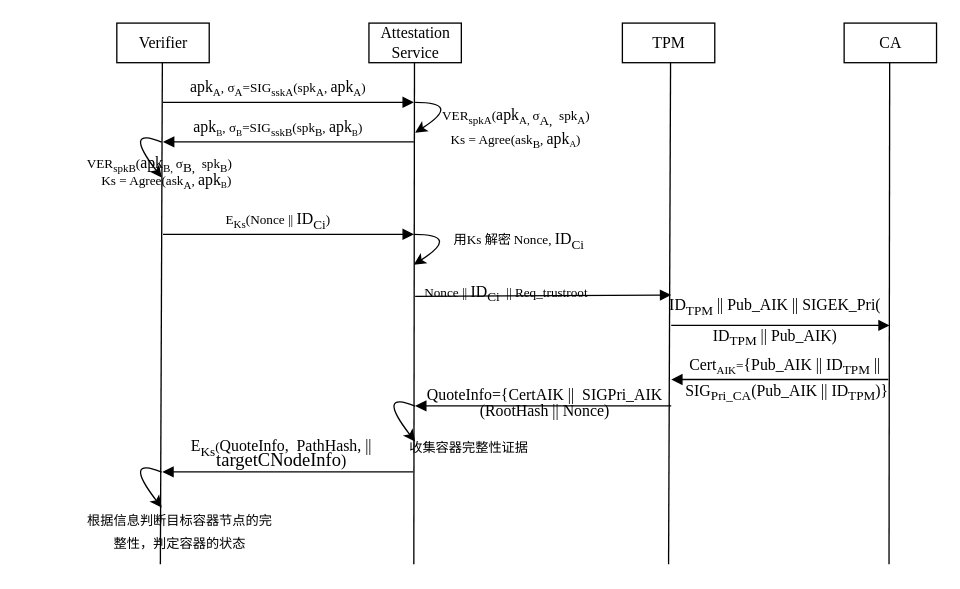
dessertss/Scytale keeps this draw.io diagram as remote attestation Diagram.drawio. Above is the earlier version. Source tidied: cells renumbered, new cells numbered last; positions are measured from the earlier drawing's top-left corner, leaving out a move shared by most shapes. Both pictures are drawn from the tidied source at 132%, with x=0, y=0 at pixel (21, 22).
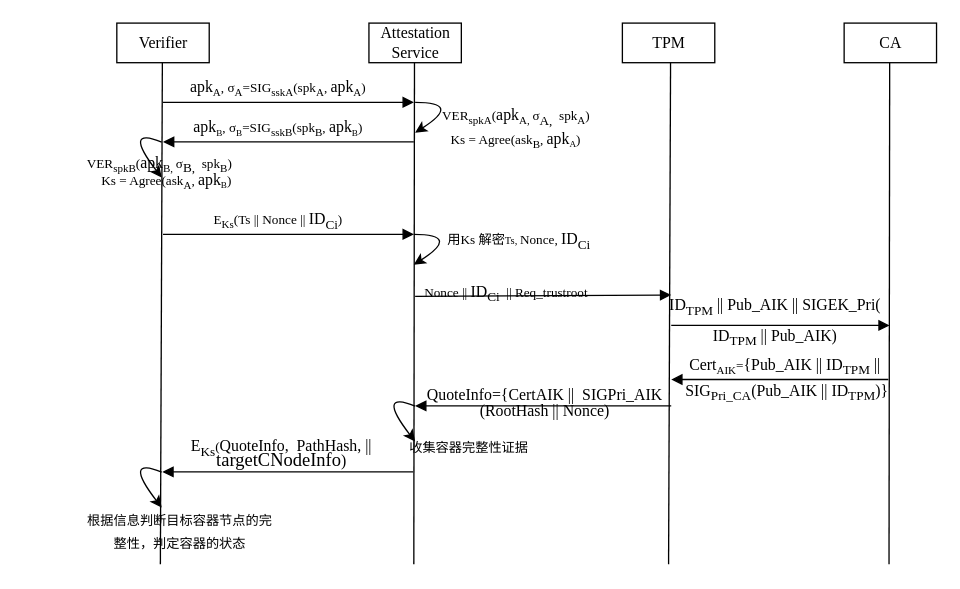
Above is the later version.

The edit, as a diff of the source:
```diff
@@
-    <mxCell id="20" value="&lt;span style=&quot;font-size: 10px&quot;&gt;E&lt;sub&gt;Ks&lt;/sub&gt;(Nonce ||&lt;/span&gt;&lt;span style=&quot;font-size: 10px&quot;&gt;&amp;nbsp;&lt;/span&gt;ID&lt;sub&gt;Ci&lt;/sub&gt;&lt;span style=&quot;font-size: 10px&quot;&gt;)&lt;/span&gt;&lt;sub&gt;&lt;span style=&quot;font-size: 8px&quot;&gt;&amp;nbsp;&amp;nbsp;&lt;/span&gt;&lt;/sub&gt;" style="rounded=0;whiteSpace=wrap;html=1;fontFamily=Times New Roman;fontColor=default;strokeColor=none;fillColor=none;" parent="1" vertex="1">
+    <mxCell id="20" value="&lt;span style=&quot;font-size: 10px&quot;&gt;E&lt;sub&gt;Ks&lt;/sub&gt;(Ts || Nonce ||&lt;/span&gt;&lt;span style=&quot;font-size: 10px&quot;&gt;&amp;nbsp;&lt;/span&gt;ID&lt;sub&gt;Ci&lt;/sub&gt;&lt;span style=&quot;font-size: 10px&quot;&gt;)&lt;/span&gt;&lt;sub&gt;&lt;span style=&quot;font-size: 8px&quot;&gt;&amp;nbsp;&amp;nbsp;&lt;/span&gt;&lt;/sub&gt;" style="rounded=0;whiteSpace=wrap;html=1;fontFamily=Times New Roman;fontColor=default;strokeColor=none;fillColor=none;" parent="1" vertex="1">
       <mxGeometry x="92" y="140" width="209" height="20" as="geometry" />
     </mxCell>
@@
-    <mxCell id="23" value="&lt;span style=&quot;font-size: 10px&quot;&gt;用Ks 解密&lt;/span&gt;&lt;sub&gt;&lt;span style=&quot;font-size: 8px&quot;&gt;&amp;nbsp;&lt;/span&gt;&lt;/sub&gt;&lt;span style=&quot;font-size: 10px&quot;&gt;Nonce&lt;/span&gt;&lt;span style=&quot;font-size: 10px&quot;&gt;,&amp;nbsp;&lt;/span&gt;ID&lt;sub&gt;Ci&lt;/sub&gt;&lt;sub&gt;&lt;span style=&quot;font-size: 8px&quot;&gt;&lt;br&gt;&lt;/span&gt;&lt;/sub&gt;" style="rounded=0;whiteSpace=wrap;html=1;fontFamily=Times New Roman;fontColor=default;strokeColor=none;fillColor=none;" parent="1" vertex="1">
+    <mxCell id="23" value="&lt;span style=&quot;font-size: 10px&quot;&gt;用Ks 解密&lt;/span&gt;&lt;span style=&quot;font-size: 8px&quot;&gt;Ts,&amp;nbsp;&lt;/span&gt;&lt;span style=&quot;font-size: 10px&quot;&gt;Nonce&lt;/span&gt;&lt;span style=&quot;font-size: 10px&quot;&gt;,&amp;nbsp;&lt;/span&gt;ID&lt;sub&gt;Ci&lt;/sub&gt;&lt;sub&gt;&lt;span style=&quot;font-size: 8px&quot;&gt;&lt;br&gt;&lt;/span&gt;&lt;/sub&gt;" style="rounded=0;whiteSpace=wrap;html=1;fontFamily=Times New Roman;fontColor=default;strokeColor=none;fillColor=none;" parent="1" vertex="1">
       <mxGeometry x="286.5" y="160" width="180" height="10" as="geometry" />
     </mxCell>
```
